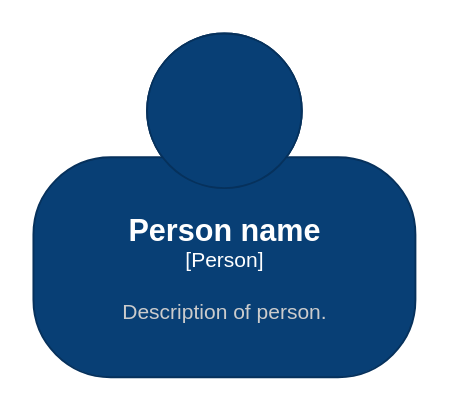
Above: page "C4" (2 of 2) of LAN_Management_System_Design.drawio in coderhh/lan-management (draw.io), before the change. Source tidied: cells renumbered, new cells numbered last; positions are measured from the earlier drawing's top-left corner, leaving out a move shared by most shapes. Both pictures are drawn from the tidied source at 191%, with x=0, y=0 at pixel (32, 32).
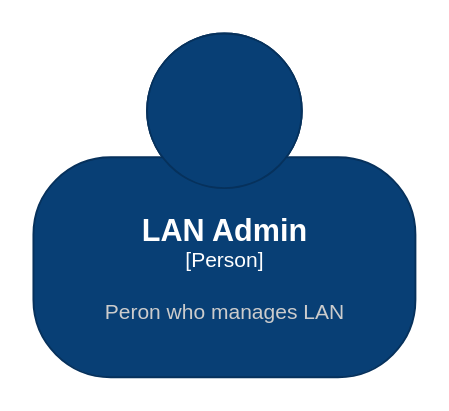
The same page after the edit.

Diff of the diagram source:
```diff
@@
 <mxGraphModel>
   <root>
     <mxCell id="0" />
     <mxCell id="1" parent="0" />
-    <object id="2" label="&lt;font style=&quot;font-size: 16px&quot;&gt;&lt;b&gt;%c4Name%&lt;/b&gt;&lt;/font&gt;&lt;div&gt;[%c4Type%]&lt;/div&gt;&lt;br&gt;&lt;div&gt;&lt;font style=&quot;font-size: 11px&quot;&gt;&lt;font color=&quot;#cccccc&quot;&gt;%c4Description%&lt;/font&gt;&lt;/div&gt;" c4Description="Description of person." c4Name="Person name" c4Type="Person" placeholders="1">
+    <object id="2" label="&lt;font style=&quot;font-size: 16px&quot;&gt;&lt;b&gt;%c4Name%&lt;/b&gt;&lt;/font&gt;&lt;div&gt;[%c4Type%]&lt;/div&gt;&lt;br&gt;&lt;div&gt;&lt;font style=&quot;font-size: 11px&quot;&gt;&lt;font color=&quot;#cccccc&quot;&gt;%c4Description%&lt;/font&gt;&lt;/div&gt;" c4Description="Peron who manages LAN" c4Name="LAN Admin" c4Type="Person" placeholders="1">
       <mxCell style="html=1;fontSize=11;dashed=0;whitespace=wrap;fillColor=#083F75;strokeColor=#06315C;fontColor=#ffffff;shape=mxgraph.c4.person2;align=center;" parent="1" vertex="1">
         <mxGeometry width="200" height="180" as="geometry" />
       </mxCell>
     </object>
   </root>
 </mxGraphModel>
```
